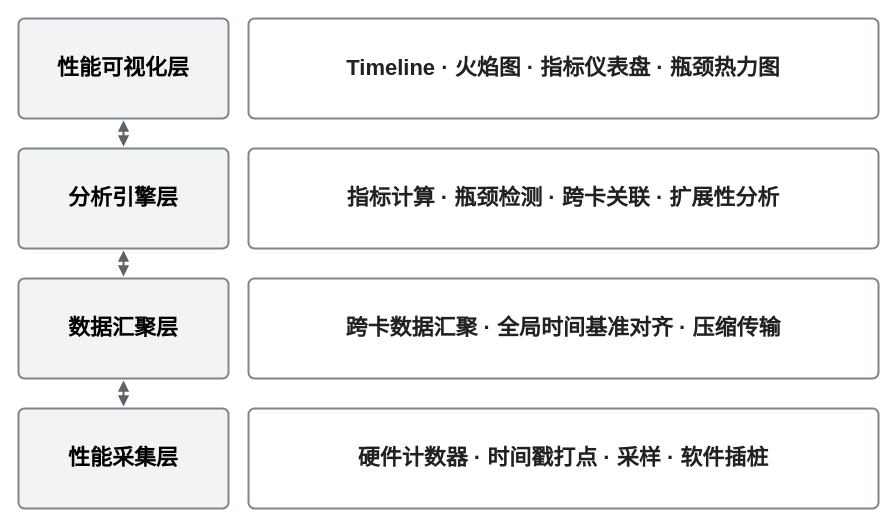
Earlier version of the draw.io diagram page "性能分析工具模块分层结构" (5 of 7) of A3超节点设计方案插图.drawio (HanxuLiu/drawio-files). Source tidied: cells renumbered, new cells numbered last; positions are measured from the earlier drawing's top-left corner, leaving out a move shared by most shapes. Both pictures are drawn from the tidied source at 100%, with x=0, y=0 at pixel (18, 18).
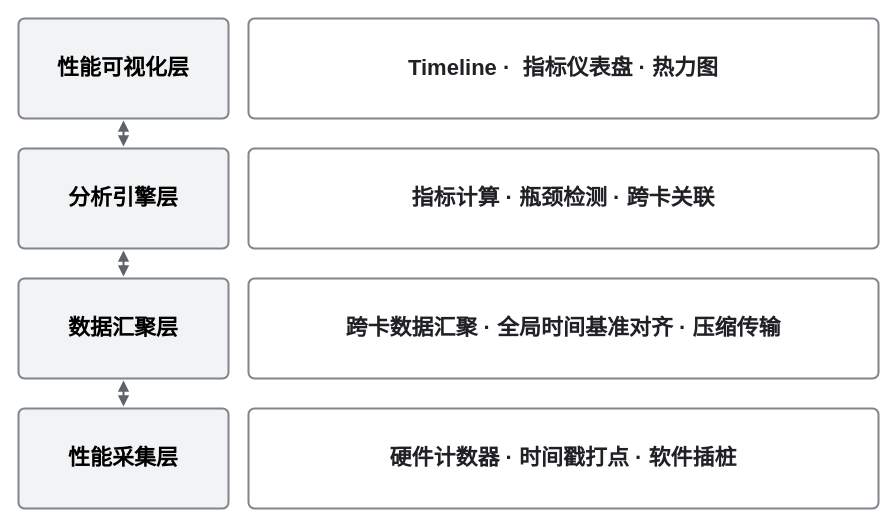
The same page after the edit.

Change to the diagram source:
```diff
@@
 <mxGraphModel>
   <root>
     <mxCell id="0" />
     <mxCell id="1" parent="0" />
     <mxCell id="2" value="性能可视化层" style="rounded=1;arcSize=6;whiteSpace=wrap;html=1;fillColor=#F1F3F4;strokeColor=#80868B;strokeWidth=2;fontSize=22;fontColor=#000000;align=center;verticalAlign=middle;fontStyle=1;fontFamily=Helvetica;" parent="1" vertex="1">
       <mxGeometry width="210" height="100" as="geometry" />
     </mxCell>
-    <mxCell id="3" value="Timeline · 火焰图 · 指标仪表盘 · 瓶颈热力图" style="rounded=1;arcSize=6;whiteSpace=wrap;html=1;fillColor=#FFFFFF;strokeColor=#80868B;strokeWidth=2;fontSize=22;fontColor=#202124;align=center;verticalAlign=middle;fontFamily=Helvetica;fontStyle=1;" parent="1" vertex="1">
+    <mxCell id="3" value="Timeline ·&amp;nbsp; 指标仪表盘 · 热力图" style="rounded=1;arcSize=6;whiteSpace=wrap;html=1;fillColor=#FFFFFF;strokeColor=#80868B;strokeWidth=2;fontSize=22;fontColor=#202124;align=center;verticalAlign=middle;fontFamily=Helvetica;fontStyle=1;" parent="1" vertex="1">
       <mxGeometry x="230" width="630" height="100" as="geometry" />
     </mxCell>
     <mxCell id="4" value="分析引擎层" style="rounded=1;arcSize=6;whiteSpace=wrap;html=1;fillColor=#F1F3F4;strokeColor=#80868B;strokeWidth=2;fontSize=22;fontColor=#000000;align=center;verticalAlign=middle;fontStyle=1;fontFamily=Helvetica;" parent="1" vertex="1">
       <mxGeometry y="130" width="210" height="100" as="geometry" />
     </mxCell>
-    <mxCell id="5" value="指标计算 · 瓶颈检测 · 跨卡关联 · 扩展性分析" style="rounded=1;arcSize=6;whiteSpace=wrap;html=1;fillColor=#FFFFFF;strokeColor=#80868B;strokeWidth=2;fontSize=22;fontColor=#202124;align=center;verticalAlign=middle;fontFamily=Helvetica;fontStyle=1;" parent="1" vertex="1">
+    <mxCell id="5" value="指标计算 · 瓶颈检测 · 跨卡关联" style="rounded=1;arcSize=6;whiteSpace=wrap;html=1;fillColor=#FFFFFF;strokeColor=#80868B;strokeWidth=2;fontSize=22;fontColor=#202124;align=center;verticalAlign=middle;fontFamily=Helvetica;fontStyle=1;" parent="1" vertex="1">
       <mxGeometry x="230" y="130" width="630" height="100" as="geometry" />
     </mxCell>
     <mxCell id="6" style="edgeStyle=none;html=1;rounded=0;strokeColor=#5F6368;strokeWidth=2;startArrow=block;startFill=1;endArrow=block;endFill=1;fontSize=22;" parent="1" edge="1">
       <mxGeometry relative="1" as="geometry">
         <mxPoint x="105" y="102" as="sourcePoint" />
         <mxPoint x="105" y="128" as="targetPoint" />
       </mxGeometry>
     </mxCell>
     <mxCell id="7" value="数据汇聚层" style="rounded=1;arcSize=6;whiteSpace=wrap;html=1;fillColor=#F1F3F4;strokeColor=#80868B;strokeWidth=2;fontSize=22;fontColor=#000000;align=center;verticalAlign=middle;fontStyle=1;fontFamily=Helvetica;" parent="1" vertex="1">
       <mxGeometry y="260" width="210" height="100" as="geometry" />
     </mxCell>
     <mxCell id="8" value="跨卡数据汇聚 · 全局时间基准对齐 · 压缩传输" style="rounded=1;arcSize=6;whiteSpace=wrap;html=1;fillColor=#FFFFFF;strokeColor=#80868B;strokeWidth=2;fontSize=22;fontColor=#202124;align=center;verticalAlign=middle;fontFamily=Helvetica;fontStyle=1;" parent="1" vertex="1">
       <mxGeometry x="230" y="260" width="630" height="100" as="geometry" />
     </mxCell>
     <mxCell id="9" style="edgeStyle=none;html=1;rounded=0;strokeColor=#5F6368;strokeWidth=2;startArrow=block;startFill=1;endArrow=block;endFill=1;fontSize=22;" parent="1" edge="1">
       <mxGeometry relative="1" as="geometry">
         <mxPoint x="105" y="232" as="sourcePoint" />
         <mxPoint x="105" y="258" as="targetPoint" />
       </mxGeometry>
     </mxCell>
     <mxCell id="10" value="性能采集层" style="rounded=1;arcSize=6;whiteSpace=wrap;html=1;fillColor=#F1F3F4;strokeColor=#80868B;strokeWidth=2;fontSize=22;fontColor=#000000;align=center;verticalAlign=middle;fontStyle=1;fontFamily=Helvetica;" parent="1" vertex="1">
       <mxGeometry y="390" width="210" height="100" as="geometry" />
     </mxCell>
-    <mxCell id="11" value="硬件计数器 · 时间戳打点 · 采样 · 软件插桩" style="rounded=1;arcSize=6;whiteSpace=wrap;html=1;fillColor=#FFFFFF;strokeColor=#80868B;strokeWidth=2;fontSize=22;fontColor=#202124;align=center;verticalAlign=middle;fontFamily=Helvetica;fontStyle=1;" parent="1" vertex="1">
+    <mxCell id="11" value="硬件计数器 · 时间戳打点 · 软件插桩" style="rounded=1;arcSize=6;whiteSpace=wrap;html=1;fillColor=#FFFFFF;strokeColor=#80868B;strokeWidth=2;fontSize=22;fontColor=#202124;align=center;verticalAlign=middle;fontFamily=Helvetica;fontStyle=1;" parent="1" vertex="1">
       <mxGeometry x="230" y="390" width="630" height="100" as="geometry" />
     </mxCell>
     <mxCell id="12" style="edgeStyle=none;html=1;rounded=0;strokeColor=#5F6368;strokeWidth=2;startArrow=block;startFill=1;endArrow=block;endFill=1;fontSize=22;" parent="1" edge="1">
       <mxGeometry relative="1" as="geometry">
         <mxPoint x="105" y="362" as="sourcePoint" />
         <mxPoint x="105" y="388" as="targetPoint" />
       </mxGeometry>
     </mxCell>
   </root>
 </mxGraphModel>
```
